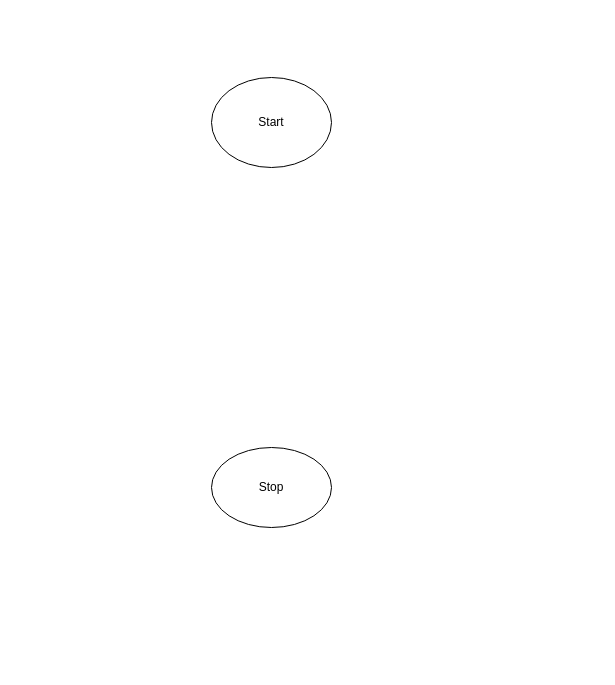
Above: page "Filter by manufacturer" (1 of 4) of Filterphone.drawio in khanh8603/khanh8603 (draw.io), before the change. Source tidied: cells renumbered, new cells numbered last; positions are measured from the earlier drawing's top-left corner, leaving out a move shared by most shapes. Both pictures are drawn from the tidied source at 100%, with x=0, y=0 at pixel (211, 77).
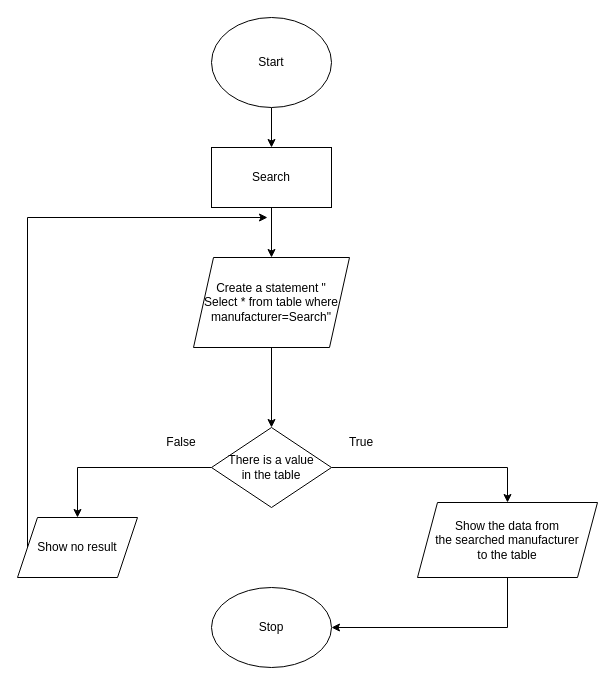
The same page after the edit.

Commit message (it also covers changes not shown here):
Cập nhật Filterphone.drawio

Diff of the diagram source:
```diff
@@
 <mxGraphModel>
   <root>
     <mxCell id="0" />
     <mxCell id="1" parent="0" />
+    <mxCell id="4" style="edgeStyle=orthogonalEdgeStyle;rounded=0;jettySize=auto;html=1;exitX=0.5;exitY=1;exitDx=0;exitDy=0;entryX=0.5;entryY=0;entryDx=0;entryDy=0;" parent="1" edge="1" source="2" target="6">
+      <mxGeometry relative="1" as="geometry" />
+    </mxCell>
     <mxCell id="2" value="Start" style="ellipse;whiteSpace=wrap;html=1;" parent="1" vertex="1">
-      <mxGeometry width="120" height="90" as="geometry" />
+      <mxGeometry y="-60" width="120" height="90" as="geometry" />
     </mxCell>
     <mxCell id="3" value="Stop" style="ellipse;whiteSpace=wrap;html=1;" parent="1" vertex="1">
-      <mxGeometry y="370" width="120" height="80" as="geometry" />
+      <mxGeometry y="510" width="120" height="80" as="geometry" />
     </mxCell>
+    <mxCell id="5" style="edgeStyle=orthogonalEdgeStyle;rounded=0;jettySize=auto;html=1;exitX=0.5;exitY=1;exitDx=0;exitDy=0;entryX=0.5;entryY=0;entryDx=0;entryDy=0;" parent="1" edge="1" source="6" target="8">
+      <mxGeometry relative="1" as="geometry" />
+    </mxCell>
+    <mxCell id="6" value="Search" style="rounded=0;whiteSpace=wrap;html=1;" parent="1" vertex="1">
+      <mxGeometry y="70" width="120" height="60" as="geometry" />
+    </mxCell>
+    <mxCell id="7" style="edgeStyle=orthogonalEdgeStyle;rounded=0;jettySize=auto;html=1;exitX=0.5;exitY=1;exitDx=0;exitDy=0;entryX=0.5;entryY=0;entryDx=0;entryDy=0;" parent="1" edge="1" source="8" target="11">
+      <mxGeometry relative="1" as="geometry" />
+    </mxCell>
+    <mxCell id="8" value="Create a statement &quot;&lt;br&gt;Select * from table where&lt;br&gt;manufacturer=Search&quot;" style="shape=parallelogram;perimeter=parallelogramPerimeter;whiteSpace=wrap;html=1;fixedSize=1;" parent="1" vertex="1">
+      <mxGeometry x="-18" y="180" width="156" height="90" as="geometry" />
+    </mxCell>
+    <mxCell id="9" style="edgeStyle=orthogonalEdgeStyle;rounded=0;jettySize=auto;html=1;entryX=0.5;entryY=0;entryDx=0;entryDy=0;" parent="1" edge="1" source="11" target="13">
+      <mxGeometry relative="1" as="geometry" />
+    </mxCell>
+    <mxCell id="10" style="edgeStyle=orthogonalEdgeStyle;rounded=0;jettySize=auto;html=1;exitX=0;exitY=0.5;exitDx=0;exitDy=0;entryX=0.5;entryY=0;entryDx=0;entryDy=0;" parent="1" edge="1" source="11" target="15">
+      <mxGeometry relative="1" as="geometry" />
+    </mxCell>
+    <mxCell id="11" value="There is a value&lt;br&gt;in the table" style="rhombus;whiteSpace=wrap;html=1;" parent="1" vertex="1">
+      <mxGeometry y="350" width="120" height="80" as="geometry" />
+    </mxCell>
+    <mxCell id="12" style="edgeStyle=orthogonalEdgeStyle;rounded=0;jettySize=auto;html=1;exitX=0.5;exitY=1;exitDx=0;exitDy=0;entryX=1;entryY=0.5;entryDx=0;entryDy=0;" parent="1" edge="1" source="13" target="3">
+      <mxGeometry relative="1" as="geometry" />
+    </mxCell>
+    <mxCell id="13" value="Show the data from&lt;br&gt;the searched manufacturer&lt;br&gt;to the table" style="shape=parallelogram;perimeter=parallelogramPerimeter;whiteSpace=wrap;html=1;fixedSize=1;" parent="1" vertex="1">
+      <mxGeometry x="206" y="425" width="180" height="75" as="geometry" />
+    </mxCell>
+    <mxCell id="14" style="edgeStyle=orthogonalEdgeStyle;rounded=0;jettySize=auto;html=1;exitX=0;exitY=0.5;exitDx=0;exitDy=0;" parent="1" edge="1" source="15">
+      <mxGeometry relative="1" as="geometry">
+        <mxPoint x="56" y="140" as="targetPoint" />
+        <Array as="points">
+          <mxPoint x="-184" y="140" />
+        </Array>
+      </mxGeometry>
+    </mxCell>
+    <mxCell id="15" value="Show no result" style="shape=parallelogram;perimeter=parallelogramPerimeter;whiteSpace=wrap;html=1;fixedSize=1;" parent="1" vertex="1">
+      <mxGeometry x="-194" y="440" width="120" height="60" as="geometry" />
+    </mxCell>
+    <mxCell id="16" value="True" style="text;html=1;strokeColor=none;fillColor=none;align=center;verticalAlign=middle;whiteSpace=wrap;rounded=0;" parent="1" vertex="1">
+      <mxGeometry x="120" y="350" width="60" height="30" as="geometry" />
+    </mxCell>
+    <mxCell id="17" value="False" style="text;html=1;strokeColor=none;fillColor=none;align=center;verticalAlign=middle;whiteSpace=wrap;rounded=0;" parent="1" vertex="1">
+      <mxGeometry x="-60" y="350" width="60" height="30" as="geometry" />
+    </mxCell>
   </root>
 </mxGraphModel>
```
